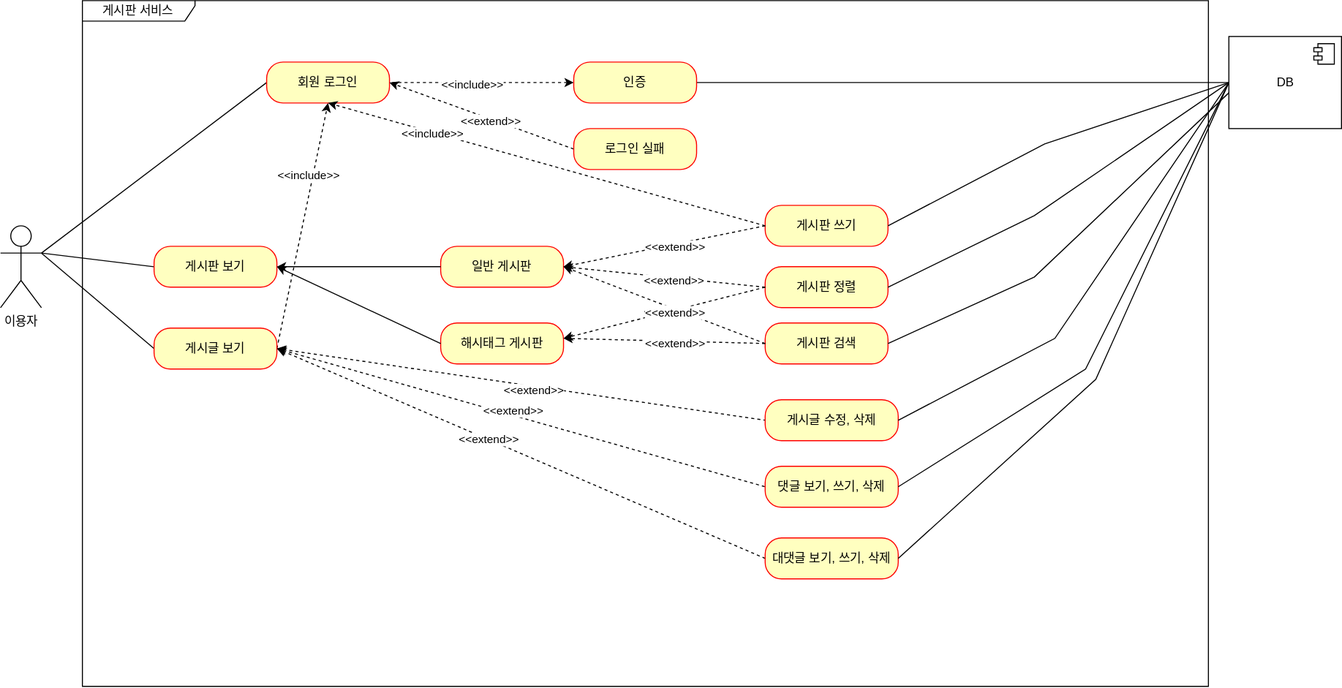
dpwns523/project-board keeps this draw.io diagram as document/use-case.svg. Above is the earlier version. Source tidied: cells renumbered, new cells last; positions are measured from the earlier drawing's top-left corner, leaving out a move shared by most shapes.
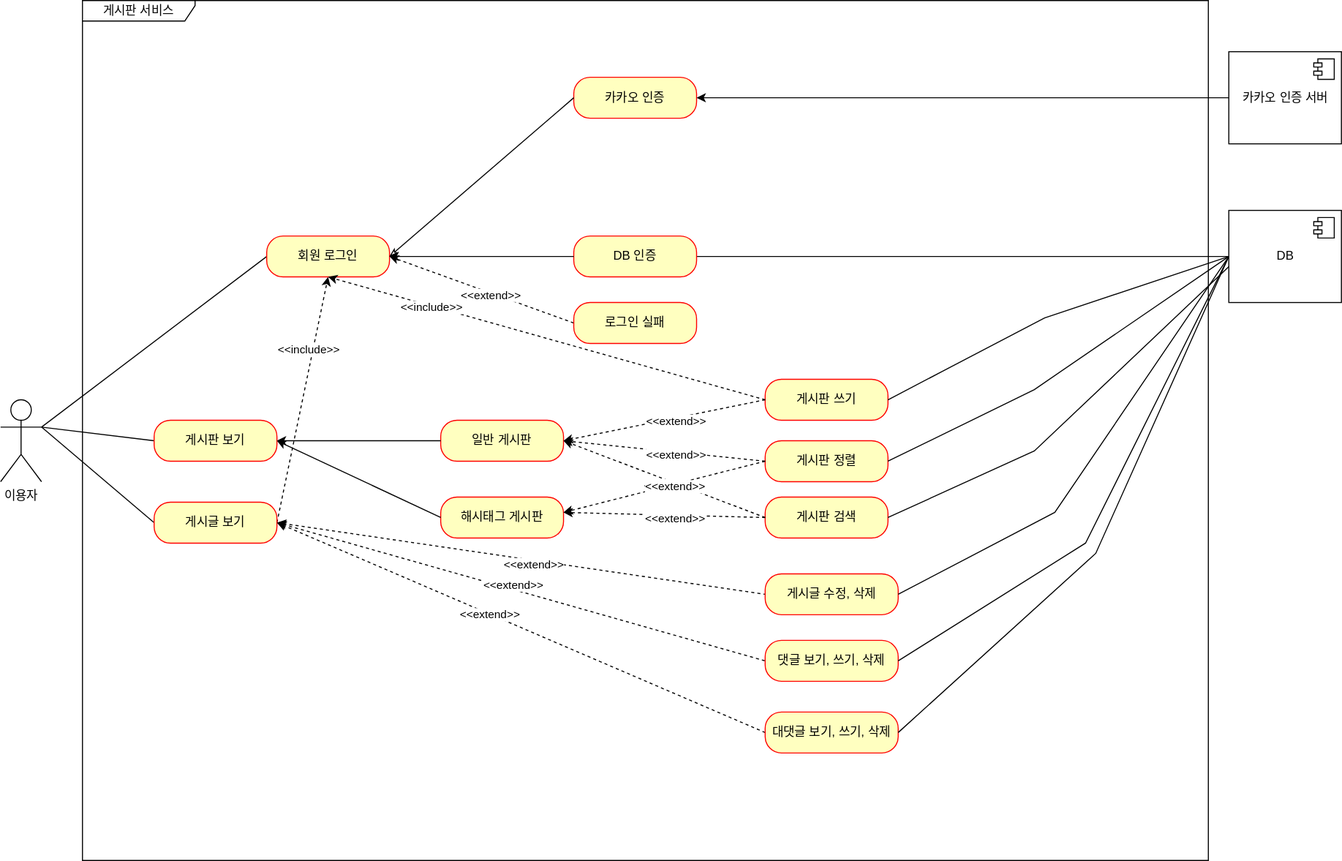
The same diagram one commit later.

Commit message:
#67 - use-case.svg: 카카오 인증 유즈 케이스 추가(대댓글은 미리 표현하였음)

Diff of the diagram source:
```diff
@@ -6,7 +6,7 @@
       <mxGeometry y="220" width="40" height="80" as="geometry" />
     </mxCell>
     <mxCell id="3" value="게시판 서비스" style="shape=umlFrame;whiteSpace=wrap;html=1;width=110;height=20;" parent="1" vertex="1">
-      <mxGeometry x="80" width="1100" height="670" as="geometry" />
+      <mxGeometry x="80" y="-170" width="1100" height="840" as="geometry" />
     </mxCell>
     <mxCell id="4" style="edgeStyle=none;rounded=0;jettySize=auto;html=1;exitX=0;exitY=0.5;exitDx=0;exitDy=0;startArrow=none;startFill=0;endArrow=none;endFill=0;strokeColor=default;entryX=1;entryY=0.3333333333333333;entryDx=0;entryDy=0;entryPerimeter=0;" parent="1" edge="1" source="5" target="2">
       <mxGeometry relative="1" as="geometry" />
@@ -35,16 +35,10 @@
     <mxCell id="12" value="회원 로그인" style="rounded=1;whiteSpace=wrap;html=1;arcSize=40;fontColor=#000000;fillColor=#ffffc0;strokeColor=#ff0000;" parent="1" vertex="1">
       <mxGeometry x="260" y="60" width="120" height="40" as="geometry" />
     </mxCell>
-    <mxCell id="13" style="edgeStyle=none;rounded=0;jettySize=auto;html=1;exitX=0;exitY=0.5;exitDx=0;exitDy=0;startArrow=classic;startFill=1;endArrow=none;endFill=0;strokeColor=default;dashed=1;" parent="1" edge="1" source="16" target="12">
-      <mxGeometry relative="1" as="geometry" />
-    </mxCell>
-    <mxCell id="14" value="&amp;lt;&amp;lt;include&amp;gt;&amp;gt;" style="edgeLabel;html=1;align=center;verticalAlign=middle;" parent="13" vertex="1">
-      <mxGeometry x="0.11" y="1" relative="1" as="geometry" />
-    </mxCell>
     <mxCell id="15" style="edgeStyle=none;rounded=0;jettySize=auto;html=1;exitX=1;exitY=0.5;exitDx=0;exitDy=0;entryX=0;entryY=0.5;entryDx=0;entryDy=0;startArrow=none;startFill=0;endArrow=none;endFill=0;strokeColor=default;" parent="1" edge="1" source="16" target="26">
       <mxGeometry relative="1" as="geometry" />
     </mxCell>
-    <mxCell id="16" value="인증" style="rounded=1;whiteSpace=wrap;html=1;arcSize=40;fontColor=#000000;fillColor=#ffffc0;strokeColor=#ff0000;" parent="1" vertex="1">
+    <mxCell id="16" value="DB 인증" style="rounded=1;whiteSpace=wrap;html=1;arcSize=40;fontColor=#000000;fillColor=#ffffc0;strokeColor=#ff0000;" parent="1" vertex="1">
       <mxGeometry x="560" y="60" width="120" height="40" as="geometry" />
     </mxCell>
     <mxCell id="17" style="edgeStyle=none;rounded=0;jettySize=auto;html=1;exitX=0;exitY=0.5;exitDx=0;exitDy=0;entryX=1;entryY=0.5;entryDx=0;entryDy=0;startArrow=none;startFill=0;endArrow=classic;endFill=1;strokeColor=default;dashed=1;" parent="1" edge="1" source="19" target="12">
@@ -206,5 +200,25 @@
     <mxCell id="54" style="endArrow=classic;html=1;rounded=0;entryX=1;entryY=0.5;entryDx=0;entryDy=0;exitX=0;exitY=0.5;exitDx=0;exitDy=0;" parent="1" edge="1" source="32" target="5">
       <mxGeometry relative="1" as="geometry" />
     </mxCell>
+    <mxCell id="55" value="카카오 인증" style="rounded=1;whiteSpace=wrap;html=1;arcSize=40;fontColor=#000000;fillColor=#ffffc0;strokeColor=#ff0000;" parent="1" vertex="1">
+      <mxGeometry x="560" y="-95" width="120" height="40" as="geometry" />
+    </mxCell>
+    <mxCell id="56" value="카카오 인증 서버" style="html=1;" parent="1" vertex="1">
+      <mxGeometry x="1200" y="-120" width="110" height="90" as="geometry" />
+    </mxCell>
+    <mxCell id="57" style="shape=module;jettyWidth=8;jettyHeight=4;" parent="56" vertex="1">
+      <mxGeometry x="1" width="20" height="20" relative="1" as="geometry">
+        <mxPoint x="-27" y="7" as="offset" />
+      </mxGeometry>
+    </mxCell>
+    <mxCell id="58" style="endArrow=classic;html=1;rounded=0;entryX=1;entryY=0.5;entryDx=0;entryDy=0;exitX=0;exitY=0.5;exitDx=0;exitDy=0;" parent="1" edge="1" source="56" target="55">
+      <mxGeometry relative="1" as="geometry" />
+    </mxCell>
+    <mxCell id="59" style="endArrow=none;html=1;rounded=0;exitX=1;exitY=0.5;exitDx=0;exitDy=0;entryX=0;entryY=0.5;entryDx=0;entryDy=0;startArrow=classicThin;startFill=0;" parent="1" edge="1" source="12" target="55">
+      <mxGeometry relative="1" as="geometry" />
+    </mxCell>
+    <mxCell id="13" style="endArrow=classic;html=1;rounded=0;entryX=1;entryY=0.5;entryDx=0;entryDy=0;exitX=0;exitY=0.5;exitDx=0;exitDy=0;" parent="1" edge="1" source="16" target="12">
+      <mxGeometry relative="1" as="geometry" />
+    </mxCell>
   </root>
 </mxGraphModel>
```
